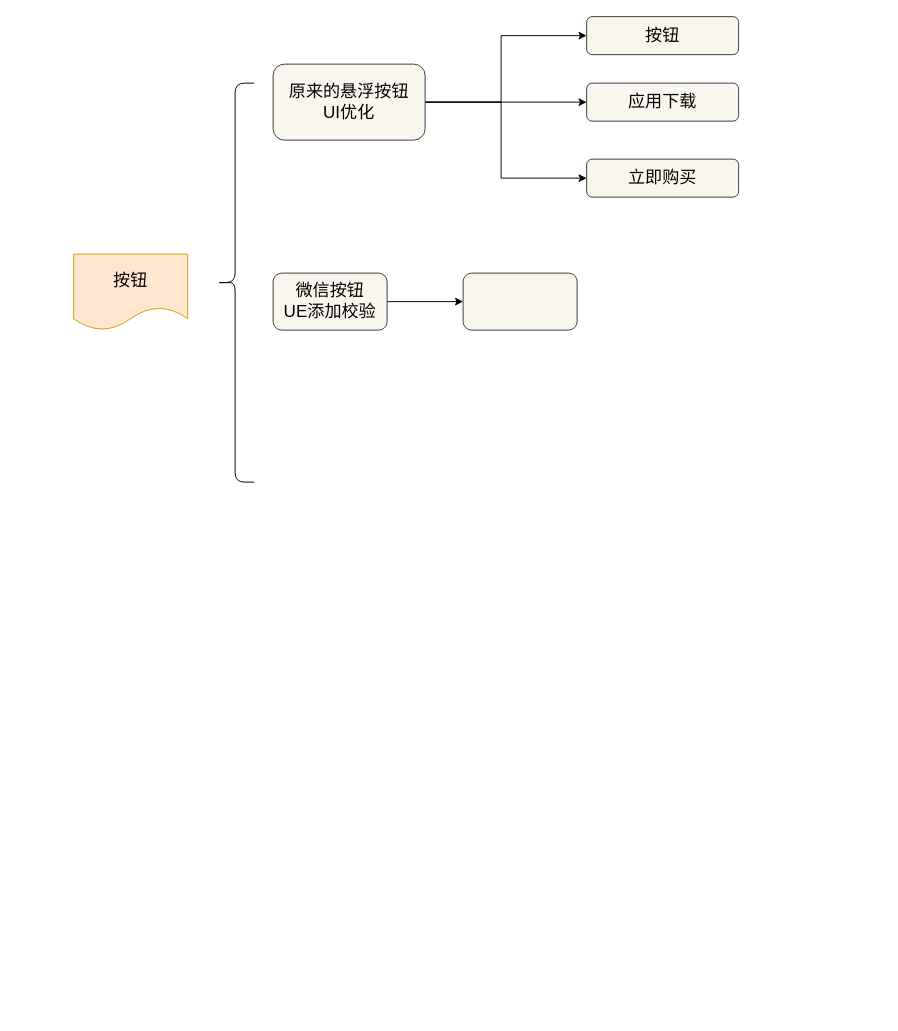
Before: QQ直达链接开发点.drawio in AnneLau/-algorithm_bubble, a draw.io diagram. Source tidied: cells renumbered, new cells numbered last; positions are measured from the earlier drawing's top-left corner, leaving out a move shared by most shapes. Both pictures are drawn from the tidied source at 95%, with x=0, y=0 at pixel (73, 16).
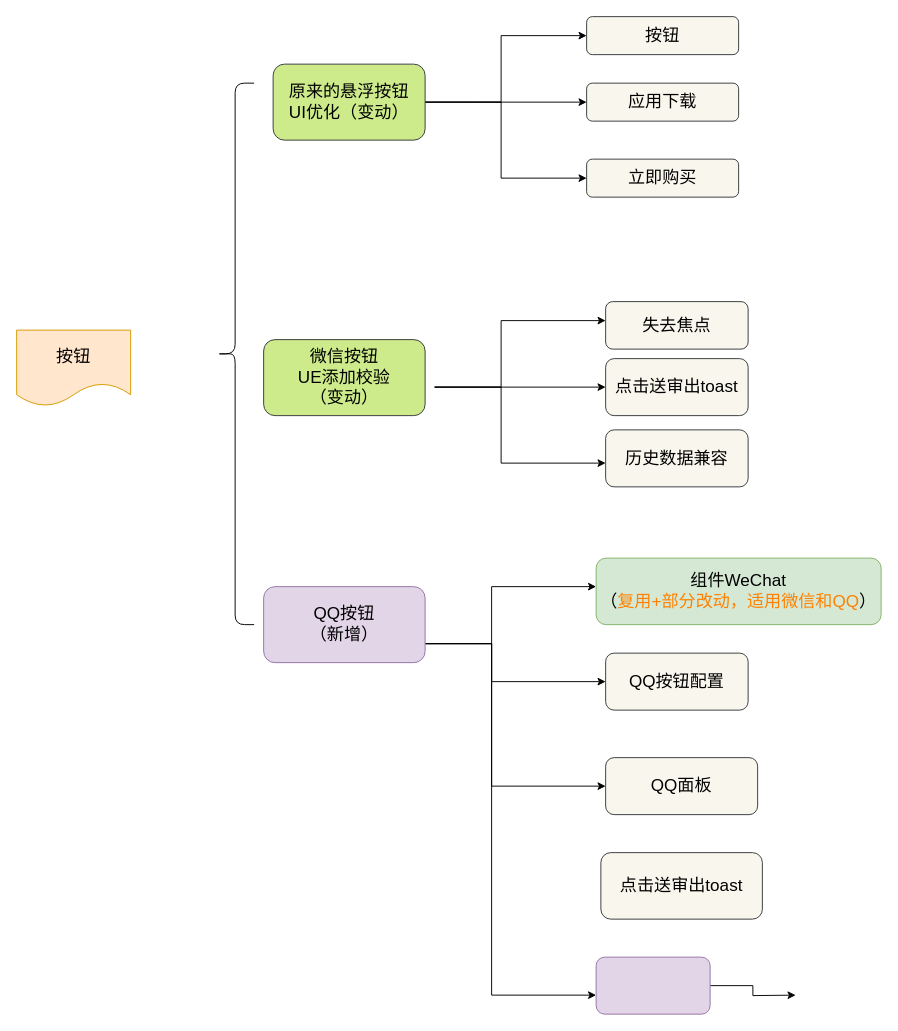
Above is the later version.

Commit message (it also covers changes not shown here):
Update QQ直达链接开发点.drawio

What changed in the source:
```diff
@@
     <mxCell id="2" value="&lt;font style=&quot;font-size: 18px&quot;&gt;按钮&lt;/font&gt;" style="shape=document;whiteSpace=wrap;html=1;boundedLbl=1;fillColor=#ffe6cc;strokeColor=#d79b00;" parent="1" vertex="1">
-      <mxGeometry y="250" width="120" height="80" as="geometry" />
+      <mxGeometry x="-60" y="330" width="120" height="80" as="geometry" />
     </mxCell>
     <mxCell id="3" style="shape=curlyBracket;whiteSpace=wrap;html=1;rounded=1;" parent="1" vertex="1">
-      <mxGeometry x="150" y="70" width="40" height="420" as="geometry" />
+      <mxGeometry x="150" y="70" width="40" height="570" as="geometry" />
     </mxCell>
@@
-    <mxCell id="7" value="&lt;font style=&quot;font-size: 18px&quot;&gt;原来的悬浮按钮&lt;br&gt;UI优化&lt;/font&gt;" style="rounded=1;whiteSpace=wrap;html=1;fillColor=#f9f7ed;strokeColor=#36393d;" parent="1" vertex="1">
+    <mxCell id="7" value="&lt;font style=&quot;font-size: 18px&quot;&gt;原来的悬浮按钮&lt;br&gt;UI优化（变动）&lt;/font&gt;" style="rounded=1;whiteSpace=wrap;html=1;fillColor=#cdeb8b;strokeColor=#36393d;" parent="1" vertex="1">
       <mxGeometry x="210" y="50" width="160" height="80" as="geometry" />
     </mxCell>
-    <mxCell id="8" style="edgeStyle=orthogonalEdgeStyle;rounded=0;jettySize=auto;html=1;" parent="1" edge="1" source="9" target="13">
-      <mxGeometry relative="1" as="geometry" />
+    <mxCell id="8" style="edgeStyle=orthogonalEdgeStyle;rounded=0;jettySize=auto;html=1;" parent="1" edge="1" target="13">
+      <mxGeometry relative="1" as="geometry">
+        <mxPoint x="380" y="390" as="sourcePoint" />
+        <Array as="points">
+          <mxPoint x="380" y="390" />
+          <mxPoint x="450" y="390" />
+          <mxPoint x="450" y="320" />
+        </Array>
+      </mxGeometry>
     </mxCell>
+    <mxCell id="14" style="edgeStyle=orthogonalEdgeStyle;rounded=0;jettySize=auto;html=1;" parent="1" edge="1" target="16">
+      <mxGeometry relative="1" as="geometry">
+        <mxPoint x="380" y="390" as="sourcePoint" />
+        <Array as="points">
+          <mxPoint x="380" y="390" />
+        </Array>
+      </mxGeometry>
+    </mxCell>
+    <mxCell id="15" style="edgeStyle=orthogonalEdgeStyle;rounded=0;jettySize=auto;html=1;" parent="1" edge="1" target="24">
+      <mxGeometry relative="1" as="geometry">
+        <mxPoint x="380" y="390" as="sourcePoint" />
+        <Array as="points">
+          <mxPoint x="380" y="390" />
+          <mxPoint x="450" y="390" />
+          <mxPoint x="450" y="470" />
+        </Array>
+      </mxGeometry>
+    </mxCell>
-    <mxCell id="9" value="&lt;font style=&quot;font-size: 18px&quot;&gt;微信按钮&lt;br&gt;UE添加校验&lt;br&gt;&lt;/font&gt;" style="rounded=1;whiteSpace=wrap;html=1;fillColor=#f9f7ed;strokeColor=#36393d;" parent="1" vertex="1">
-      <mxGeometry x="210" y="270" width="120" height="60" as="geometry" />
+    <mxCell id="9" value="&lt;font style=&quot;font-size: 18px&quot;&gt;微信按钮&lt;br&gt;UE添加校验&lt;br&gt;（变动）&lt;br&gt;&lt;/font&gt;" style="rounded=1;whiteSpace=wrap;html=1;fillColor=#cdeb8b;strokeColor=#36393d;" parent="1" vertex="1">
+      <mxGeometry x="200" y="340" width="170" height="80" as="geometry" />
     </mxCell>
@@
-    <mxCell id="13" style="whiteSpace=wrap;html=1;rounded=1;strokeColor=#36393d;fillColor=#f9f7ed;" parent="1" vertex="1">
-      <mxGeometry x="410" y="270" width="120" height="60" as="geometry" />
+    <mxCell id="13" value="&lt;font style=&quot;font-size: 18px&quot;&gt;失去焦点&lt;/font&gt;" style="whiteSpace=wrap;html=1;rounded=1;strokeColor=#36393d;fillColor=#f9f7ed;" parent="1" vertex="1">
+      <mxGeometry x="560" y="300" width="150" height="50" as="geometry" />
     </mxCell>
+    <mxCell id="16" value="&lt;font style=&quot;font-size: 18px&quot;&gt;点击送审出toast&lt;/font&gt;" style="whiteSpace=wrap;html=1;rounded=1;strokeColor=#36393d;fillColor=#f9f7ed;" parent="1" vertex="1">
+      <mxGeometry x="560" y="360" width="150" height="60" as="geometry" />
+    </mxCell>
+    <mxCell id="17" style="edgeStyle=orthogonalEdgeStyle;rounded=0;jettySize=auto;html=1;" parent="1" edge="1" source="21" target="22">
+      <mxGeometry relative="1" as="geometry">
+        <Array as="points">
+          <mxPoint x="440" y="660" />
+          <mxPoint x="440" y="600" />
+        </Array>
+      </mxGeometry>
+    </mxCell>
+    <mxCell id="18" style="edgeStyle=orthogonalEdgeStyle;rounded=0;jettySize=auto;html=1;" parent="1" edge="1" source="21" target="23">
+      <mxGeometry relative="1" as="geometry">
+        <Array as="points">
+          <mxPoint x="440" y="660" />
+          <mxPoint x="440" y="700" />
+        </Array>
+      </mxGeometry>
+    </mxCell>
+    <mxCell id="19" style="edgeStyle=orthogonalEdgeStyle;rounded=0;jettySize=auto;html=1;" parent="1" edge="1" source="21" target="26">
+      <mxGeometry relative="1" as="geometry">
+        <Array as="points">
+          <mxPoint x="440" y="660" />
+          <mxPoint x="440" y="810" />
+        </Array>
+      </mxGeometry>
+    </mxCell>
+    <mxCell id="20" style="edgeStyle=orthogonalEdgeStyle;rounded=0;jettySize=auto;html=1;" parent="1" edge="1" source="21" target="28">
+      <mxGeometry relative="1" as="geometry">
+        <Array as="points">
+          <mxPoint x="440" y="660" />
+          <mxPoint x="440" y="1030" />
+        </Array>
+      </mxGeometry>
+    </mxCell>
+    <mxCell id="21" value="&lt;font style=&quot;font-size: 18px&quot;&gt;QQ按钮&lt;br&gt;（新增）&lt;br&gt;&lt;/font&gt;" style="rounded=1;whiteSpace=wrap;html=1;fillColor=#e1d5e7;strokeColor=#9673a6;" parent="1" vertex="1">
+      <mxGeometry x="200" y="600" width="170" height="80" as="geometry" />
+    </mxCell>
+    <mxCell id="22" value="&lt;span style=&quot;font-size: 18px&quot;&gt;组件WeChat&lt;br&gt;（&lt;font color=&quot;#ff8000&quot;&gt;复用+部分改动，适用微信和QQ&lt;/font&gt;）&lt;br&gt;&lt;/span&gt;" style="whiteSpace=wrap;html=1;rounded=1;strokeColor=#82b366;fillColor=#d5e8d4;" parent="1" vertex="1">
+      <mxGeometry x="550" y="570" width="300" height="70" as="geometry" />
+    </mxCell>
+    <mxCell id="23" value="&lt;span style=&quot;font-size: 18px&quot;&gt;QQ按钮配置&lt;/span&gt;" style="whiteSpace=wrap;html=1;rounded=1;strokeColor=#36393d;fillColor=#f9f7ed;" parent="1" vertex="1">
+      <mxGeometry x="560" y="670" width="150" height="60" as="geometry" />
+    </mxCell>
+    <mxCell id="24" value="&lt;font style=&quot;font-size: 18px&quot;&gt;历史数据兼容&lt;/font&gt;" style="whiteSpace=wrap;html=1;rounded=1;strokeColor=#36393d;fillColor=#f9f7ed;" parent="1" vertex="1">
+      <mxGeometry x="560" y="435" width="150" height="60" as="geometry" />
+    </mxCell>
+    <mxCell id="25" value="&lt;span style=&quot;font-size: 18px&quot;&gt;点击送审出toast&lt;/span&gt;&lt;span style=&quot;font-size: 18px&quot;&gt;&lt;br&gt;&lt;/span&gt;" style="whiteSpace=wrap;html=1;rounded=1;strokeColor=#36393d;fillColor=#f9f7ed;" parent="1" vertex="1">
+      <mxGeometry x="555" y="880" width="170" height="70" as="geometry" />
+    </mxCell>
+    <mxCell id="26" value="&lt;font style=&quot;font-size: 18px&quot;&gt;QQ面板&lt;/font&gt;" style="whiteSpace=wrap;html=1;rounded=1;strokeColor=#36393d;fillColor=#f9f7ed;" parent="1" vertex="1">
+      <mxGeometry x="560" y="780" width="160" height="60" as="geometry" />
+    </mxCell>
+    <mxCell id="27" style="edgeStyle=orthogonalEdgeStyle;rounded=0;jettySize=auto;html=1;exitX=1;exitY=0.5;exitDx=0;exitDy=0;" parent="1" edge="1" source="28">
+      <mxGeometry relative="1" as="geometry">
+        <mxPoint x="760" y="1030" as="targetPoint" />
+      </mxGeometry>
+    </mxCell>
+    <mxCell id="28" style="whiteSpace=wrap;html=1;rounded=1;strokeColor=#9673a6;fillColor=#e1d5e7;" parent="1" vertex="1">
+      <mxGeometry x="550" y="990" width="120" height="60" as="geometry" />
+    </mxCell>
```
